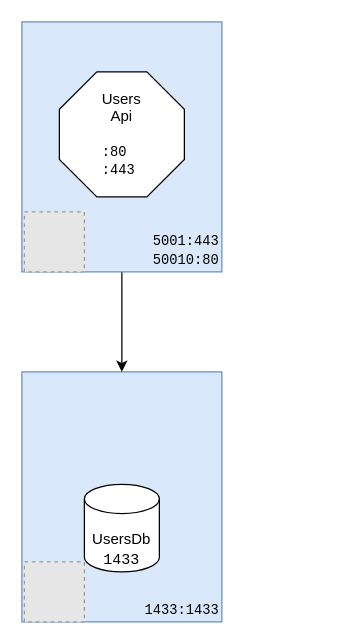
The draw.io diagram assets/readme/services.drawio in Thijs5/dotnet-microservices, before the edit. Source tidied: cells renumbered, new cells numbered last; positions are measured from the earlier drawing's top-left corner, leaving out a move shared by most shapes. Both pictures are drawn from the tidied source at 125%, with x=0, y=0 at pixel (21, 21). Pictures stored in the file or linked from it are replaced by grey dashed boxes.
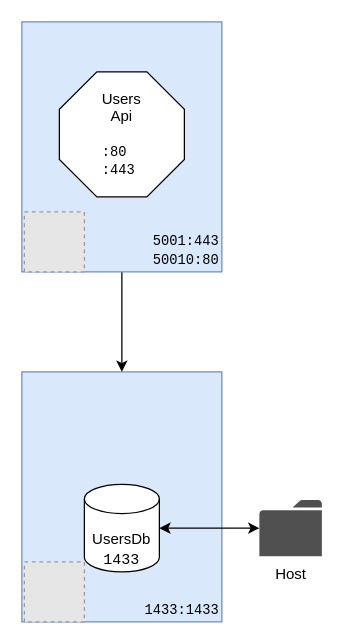
The same diagram, later.

The edit, as a diff of the source:
```diff
@@
 <mxGraphModel>
   <root>
     <mxCell id="0" />
     <mxCell id="1" parent="0" />
     <mxCell id="2" value="&lt;div&gt;&lt;font style=&quot;font-size: 11px&quot; face=&quot;Courier New&quot;&gt;1433:1433&lt;/font&gt;&lt;br&gt;&lt;/div&gt;" style="rounded=0;whiteSpace=wrap;html=1;strokeWidth=1;verticalAlign=bottom;fillColor=#dae8fc;strokeColor=#6c8ebf;align=right;" parent="1" vertex="1">
       <mxGeometry y="280" width="160" height="200" as="geometry" />
     </mxCell>
     <mxCell id="3" style="edgeStyle=orthogonalEdgeStyle;rounded=0;jettySize=auto;html=1;exitX=0.5;exitY=1;exitDx=0;exitDy=0;entryX=0.5;entryY=0;entryDx=0;entryDy=0;startArrow=none;startFill=0;" parent="1" edge="1" source="4" target="2">
       <mxGeometry relative="1" as="geometry" />
     </mxCell>
     <mxCell id="4" value="&lt;div&gt;&lt;font style=&quot;font-size: 11px&quot; face=&quot;Courier New&quot;&gt;5001:443&lt;/font&gt;&lt;br&gt;&lt;font style=&quot;font-size: 11px&quot; face=&quot;Courier New&quot;&gt;50010:80&lt;/font&gt;&lt;br&gt;&lt;/div&gt;" style="rounded=0;whiteSpace=wrap;html=1;strokeWidth=1;verticalAlign=bottom;fillColor=#dae8fc;strokeColor=#6c8ebf;align=right;" parent="1" vertex="1">
       <mxGeometry width="160" height="200" as="geometry" />
     </mxCell>
     <mxCell id="5" value="Users&lt;br&gt;Api&lt;br&gt;&lt;br&gt;&lt;div style=&quot;font-size: 11px&quot; align=&quot;left&quot;&gt;&lt;font style=&quot;font-size: 11px&quot; face=&quot;Courier New&quot;&gt;:80&lt;/font&gt;&lt;br&gt;&lt;font style=&quot;font-size: 11px&quot; face=&quot;Courier New&quot;&gt;:443&lt;/font&gt;&lt;/div&gt;" style="whiteSpace=wrap;html=1;shape=mxgraph.basic.octagon2;align=center;verticalAlign=middle;dx=15;" parent="1" vertex="1">
       <mxGeometry x="30" y="40" width="100" height="100" as="geometry" />
     </mxCell>
+    <mxCell id="9" style="edgeStyle=orthogonalEdgeStyle;rounded=0;jettySize=auto;html=1;exitX=1;exitY=0.5;exitDx=0;exitDy=0;exitPerimeter=0;startArrow=classic;startFill=1;" parent="1" edge="1" source="6" target="10">
+      <mxGeometry relative="1" as="geometry" />
+    </mxCell>
     <mxCell id="6" value="&lt;font style=&quot;font-size: 12px&quot; face=&quot;Courier New&quot;&gt;&lt;font style=&quot;font-size: 12px&quot; face=&quot;Helvetica&quot;&gt;UsersDb&lt;/font&gt;&lt;br&gt;1433&lt;/font&gt;" style="strokeWidth=1;html=1;shape=mxgraph.flowchart.database;whiteSpace=wrap;verticalAlign=bottom;" parent="1" vertex="1">
       <mxGeometry x="50" y="370" width="60" height="70" as="geometry" />
     </mxCell>
     <mxCell id="7" style="fillColor=#E6E6E6;strokeColor=#999999;dashed=1;html=1;verticalAlign=top;verticalLabelPosition=bottom;labelBackgroundColor=#ffffff;" parent="1" vertex="1">
       <mxGeometry x="2" y="152" width="48" height="48" as="geometry" />
     </mxCell>
     <mxCell id="8" style="fillColor=#E6E6E6;strokeColor=#999999;dashed=1;html=1;verticalAlign=top;verticalLabelPosition=bottom;labelBackgroundColor=#ffffff;" parent="1" vertex="1">
       <mxGeometry x="2" y="432" width="48" height="48" as="geometry" />
     </mxCell>
+    <mxCell id="10" value="Host" style="shadow=0;dashed=0;html=1;strokeColor=none;fillColor=#505050;labelPosition=center;verticalLabelPosition=bottom;verticalAlign=top;outlineConnect=0;align=center;shape=mxgraph.office.concepts.folder;" parent="1" vertex="1">
+      <mxGeometry x="190" y="382.5" width="50" height="45" as="geometry" />
+    </mxCell>
   </root>
 </mxGraphModel>
```
